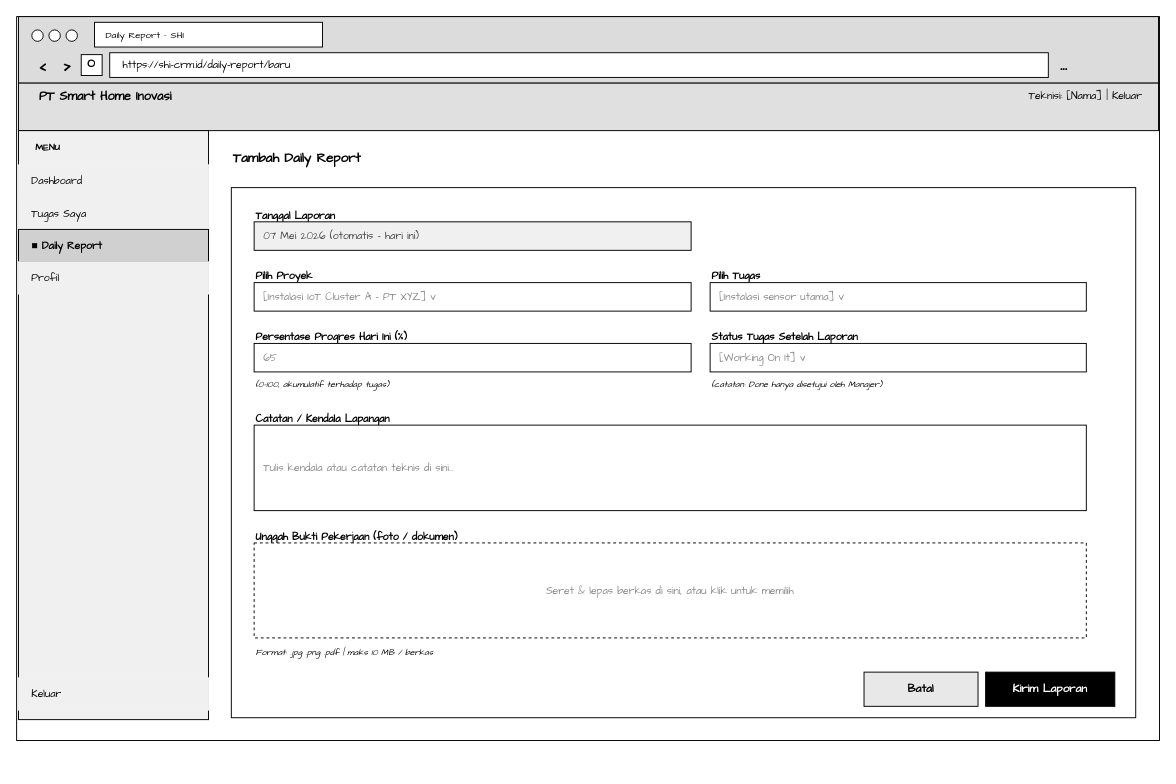
evelleura/shi-dashboard keeps this draw.io diagram as diagram/ai/Wireframe/Input/WF_19_TAMBAH_DAILY_REPORT.drawio. Above is the earlier version. Source tidied: cells renumbered, new cells numbered last; positions are measured from the earlier drawing's top-left corner, leaving out a move shared by most shapes. Both pictures are drawn from the tidied source at 95%, with x=0, y=0 at pixel (16, 16).
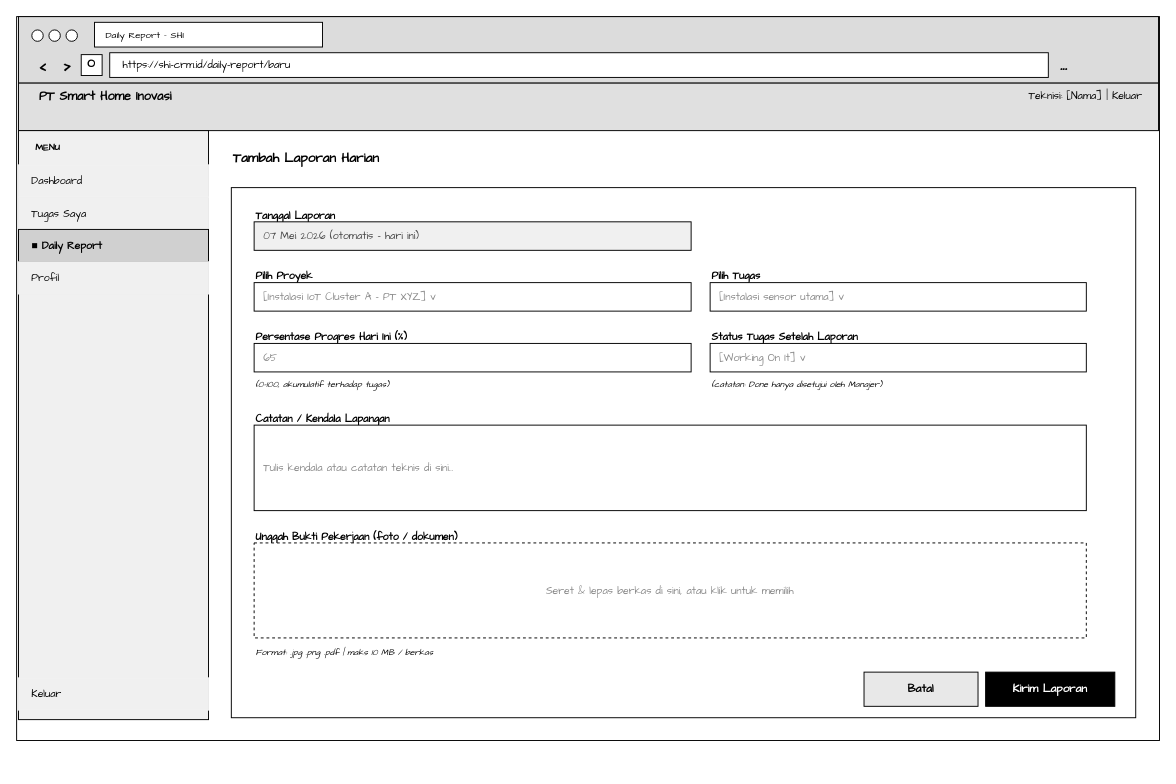
After the change.

Change to the diagram source:
```diff
@@
-    <mxCell id="23" value="Tambah Daily Report" style="rounded=0;whiteSpace=wrap;html=1;fillColor=#FFFFFF;strokeColor=#FFFFFF;strokeWidth=1;fontSize=14;fontColor=#000000;fontFamily=Comic Sans MS;align=left;spacingLeft=8;fontStyle=1;" parent="1" vertex="1">
+    <mxCell id="23" value="&lt;font style=&quot;color: rgb(0, 0, 0);&quot;&gt;Tambah Laporan Harian&lt;/font&gt;" style="rounded=0;whiteSpace=wrap;html=1;fillColor=#FFFFFF;strokeColor=#FFFFFF;strokeWidth=1;fontSize=14;fontColor=#000000;fontFamily=Comic Sans MS;align=left;spacingLeft=8;fontStyle=1;" parent="1" vertex="1">
       <mxGeometry x="218" y="132" width="968" height="36" as="geometry" />
     </mxCell>
```
